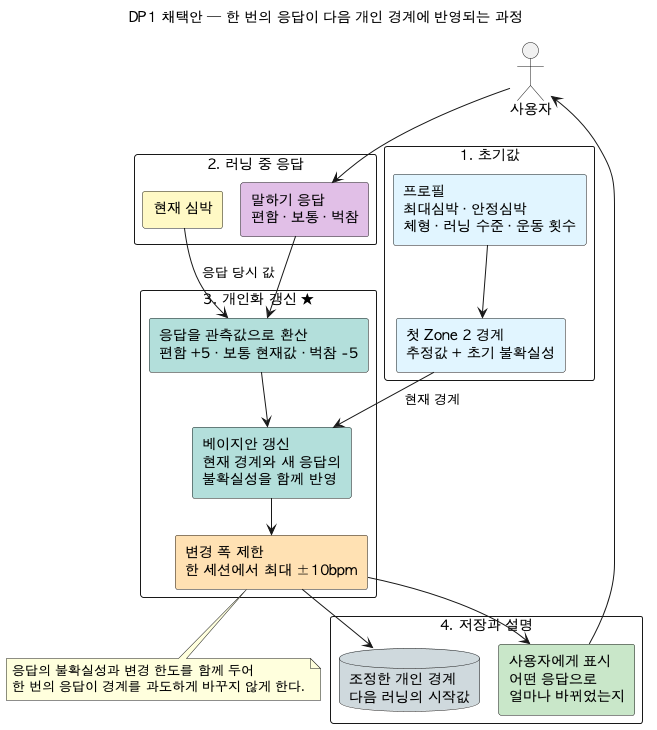
tenyearslove/zone2runner keeps this PlantUML diagram as arch/dp/dp-03-adaptability/images/dp-03-adaptability-detail.png. Above is the earlier version. Its diagram source:
```plantuml
@startuml
!pragma layout smetana
title DP1 채택안 — 한 번의 응답이 다음 개인 경계에 반영되는 과정

skinparam defaultFontName "AppleGothic"
skinparam componentStyle rectangle
skinparam shadowing false
skinparam packageStyle rectangle
skinparam linetype ortho
skinparam nodesep 30
skinparam ranksep 32
top to bottom direction

actor "사용자" as USER

package "1. 초기값" {
  component "프로필\n최대심박 · 안정심박\n체형 · 러닝 수준 · 운동 횟수" as PROFILE #E1F5FE
  component "첫 Zone 2 경계\n추정값 + 초기 불확실성" as INITIAL #E1F5FE
  PROFILE --> INITIAL
}

package "2. 러닝 중 응답" {
  component "현재 심박" as HR #FFF9C4
  component "말하기 응답\n편함 · 보통 · 벅참" as TALK #E1BEE7
}

package "3. 개인화 갱신 ★" {
  component "응답을 관측값으로 환산\n편함 +5 · 보통 현재값 · 벅참 -5" as MAP #B2DFDB
  component "베이지안 갱신\n현재 경계와 새 응답의\n불확실성을 함께 반영" as UPDATE #B2DFDB
  component "변경 폭 제한\n한 세션에서 최대 ±10bpm" as LIMIT #FFE0B2
  MAP --> UPDATE
  UPDATE --> LIMIT
}

package "4. 저장과 설명" {
  database "조정한 개인 경계\n다음 러닝의 시작값" as STORE #CFD8DC
  component "사용자에게 표시\n어떤 응답으로\n얼마나 바뀌었는지" as EXPLAIN #C8E6C9
}

USER --> TALK
HR --> MAP : 응답 당시 값
TALK --> MAP
INITIAL --> UPDATE : 현재 경계
LIMIT --> STORE
LIMIT --> EXPLAIN
EXPLAIN --> USER

note bottom of LIMIT
  응답의 불확실성과 변경 한도를 함께 두어
  한 번의 응답이 경계를 과도하게 바꾸지 않게 한다.
end note
@enduml
```
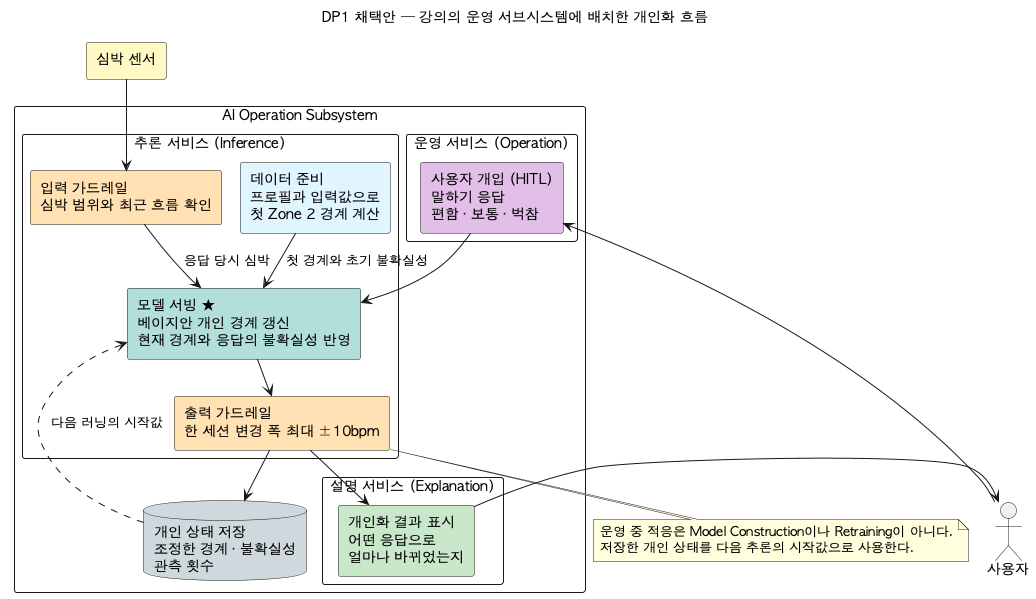
The same diagram one commit later.

Diff of the diagram source:
```diff
@@ -1,52 +1,51 @@
 @startuml
 !pragma layout smetana
-title DP1 채택안 — 한 번의 응답이 다음 개인 경계에 반영되는 과정
+title DP1 채택안 — 강의의 운영 서브시스템에 배치한 개인화 흐름
 
 skinparam defaultFontName "AppleGothic"
 skinparam componentStyle rectangle
+skinparam packageStyle rectangle
 skinparam shadowing false
-skinparam packageStyle rectangle
 skinparam linetype ortho
-skinparam nodesep 30
-skinparam ranksep 32
+skinparam nodesep 26
+skinparam ranksep 30
 top to bottom direction
 
 actor "사용자" as USER
+component "심박 센서" as SENSOR #FFF9C4
 
-package "1. 초기값" {
-  component "프로필\n최대심박 · 안정심박\n체형 · 러닝 수준 · 운동 횟수" as PROFILE #E1F5FE
-  component "첫 Zone 2 경계\n추정값 + 초기 불확실성" as INITIAL #E1F5FE
-  PROFILE --> INITIAL
+package "AI Operation Subsystem" {
+  package "추론 서비스 (Inference)" {
+    component "데이터 준비\n프로필과 입력값으로\n첫 Zone 2 경계 계산" as PREP #E1F5FE
+    component "입력 가드레일\n심박 범위와 최근 흐름 확인" as INPUT #FFE0B2
+    component "모델 서빙 ★\n베이지안 개인 경계 갱신\n현재 경계와 응답의 불확실성 반영" as UPDATE #B2DFDB
+    component "출력 가드레일\n한 세션 변경 폭 최대 ±10bpm" as OUTPUT #FFE0B2
+    PREP --> UPDATE : 첫 경계와 초기 불확실성
+    INPUT --> UPDATE : 응답 당시 심박
+    UPDATE --> OUTPUT
+  }
+
+  package "운영 서비스 (Operation)" {
+    component "사용자 개입 (HITL)\n말하기 응답\n편함 · 보통 · 벅참" as TALK #E1BEE7
+  }
+
+  package "설명 서비스 (Explanation)" {
+    component "개인화 결과 표시\n어떤 응답으로\n얼마나 바뀌었는지" as EXPLAIN #C8E6C9
+  }
+
+  database "개인 상태 저장\n조정한 경계 · 불확실성\n관측 횟수" as STORE #CFD8DC
 }
 
-package "2. 러닝 중 응답" {
-  component "현재 심박" as HR #FFF9C4
-  component "말하기 응답\n편함 · 보통 · 벅참" as TALK #E1BEE7
-}
+SENSOR --> INPUT
+USER -left-> TALK
+TALK --> UPDATE
+OUTPUT --> STORE
+STORE ..> UPDATE : 다음 러닝의 시작값
+OUTPUT --> EXPLAIN
+EXPLAIN -right-> USER
 
-package "3. 개인화 갱신 ★" {
-  component "응답을 관측값으로 환산\n편함 +5 · 보통 현재값 · 벅참 -5" as MAP #B2DFDB
-  component "베이지안 갱신\n현재 경계와 새 응답의\n불확실성을 함께 반영" as UPDATE #B2DFDB
-  component "변경 폭 제한\n한 세션에서 최대 ±10bpm" as LIMIT #FFE0B2
-  MAP --> UPDATE
-  UPDATE --> LIMIT
-}
-
-package "4. 저장과 설명" {
-  database "조정한 개인 경계\n다음 러닝의 시작값" as STORE #CFD8DC
-  component "사용자에게 표시\n어떤 응답으로\n얼마나 바뀌었는지" as EXPLAIN #C8E6C9
-}
-
-USER --> TALK
-HR --> MAP : 응답 당시 값
-TALK --> MAP
-INITIAL --> UPDATE : 현재 경계
-LIMIT --> STORE
-LIMIT --> EXPLAIN
-EXPLAIN --> USER
-
-note bottom of LIMIT
-  응답의 불확실성과 변경 한도를 함께 두어
-  한 번의 응답이 경계를 과도하게 바꾸지 않게 한다.
+note bottom of OUTPUT
+  운영 중 적응은 Model Construction이나 Retraining이 아니다.
+  저장한 개인 상태를 다음 추론의 시작값으로 사용한다.
 end note
 @enduml
```
